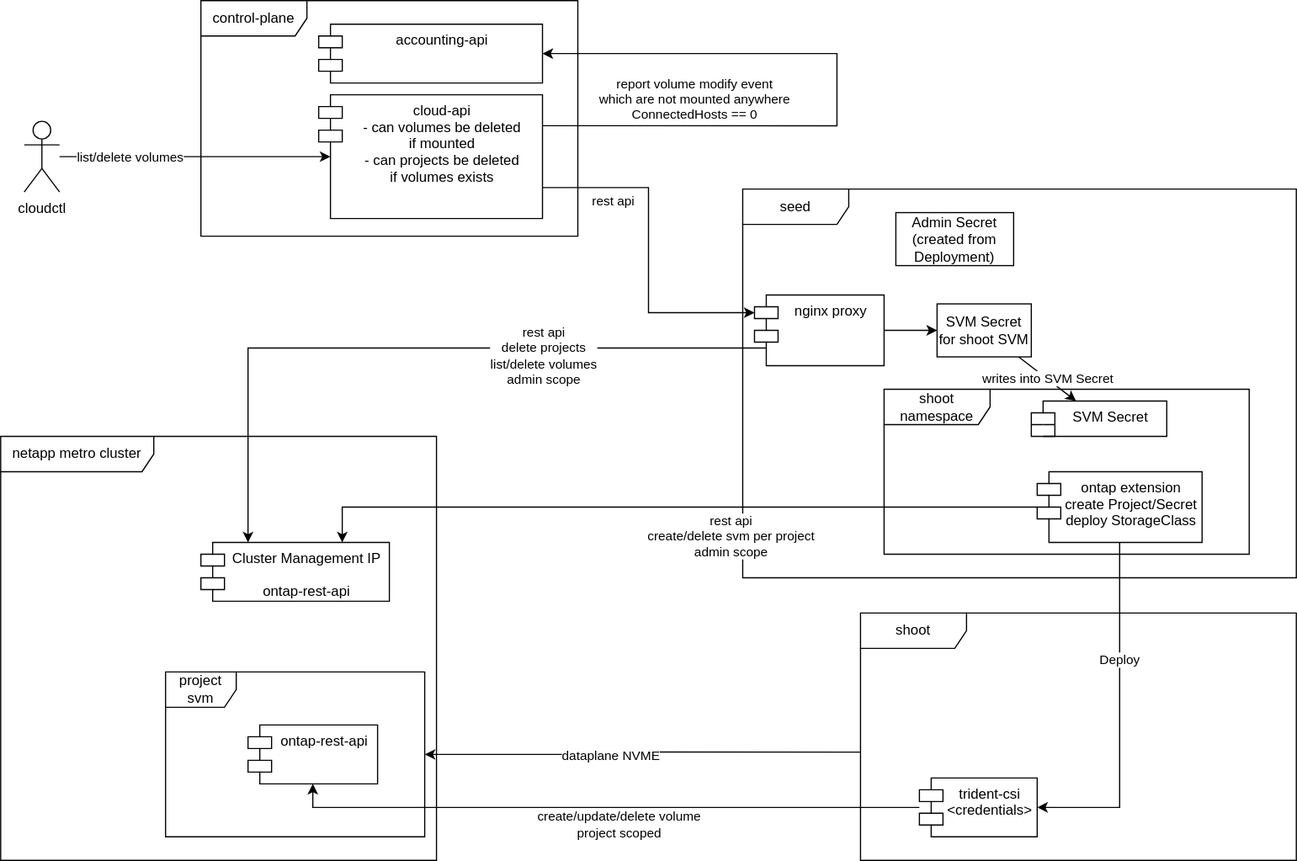
Before: architecture.drawio.svg, a diagram exported from draw.io (metal-stack/gardener-extension-ontap). Source tidied: cells renumbered, new cells last; positions are measured from the earlier drawing's top-left corner, leaving out a move shared by most shapes.
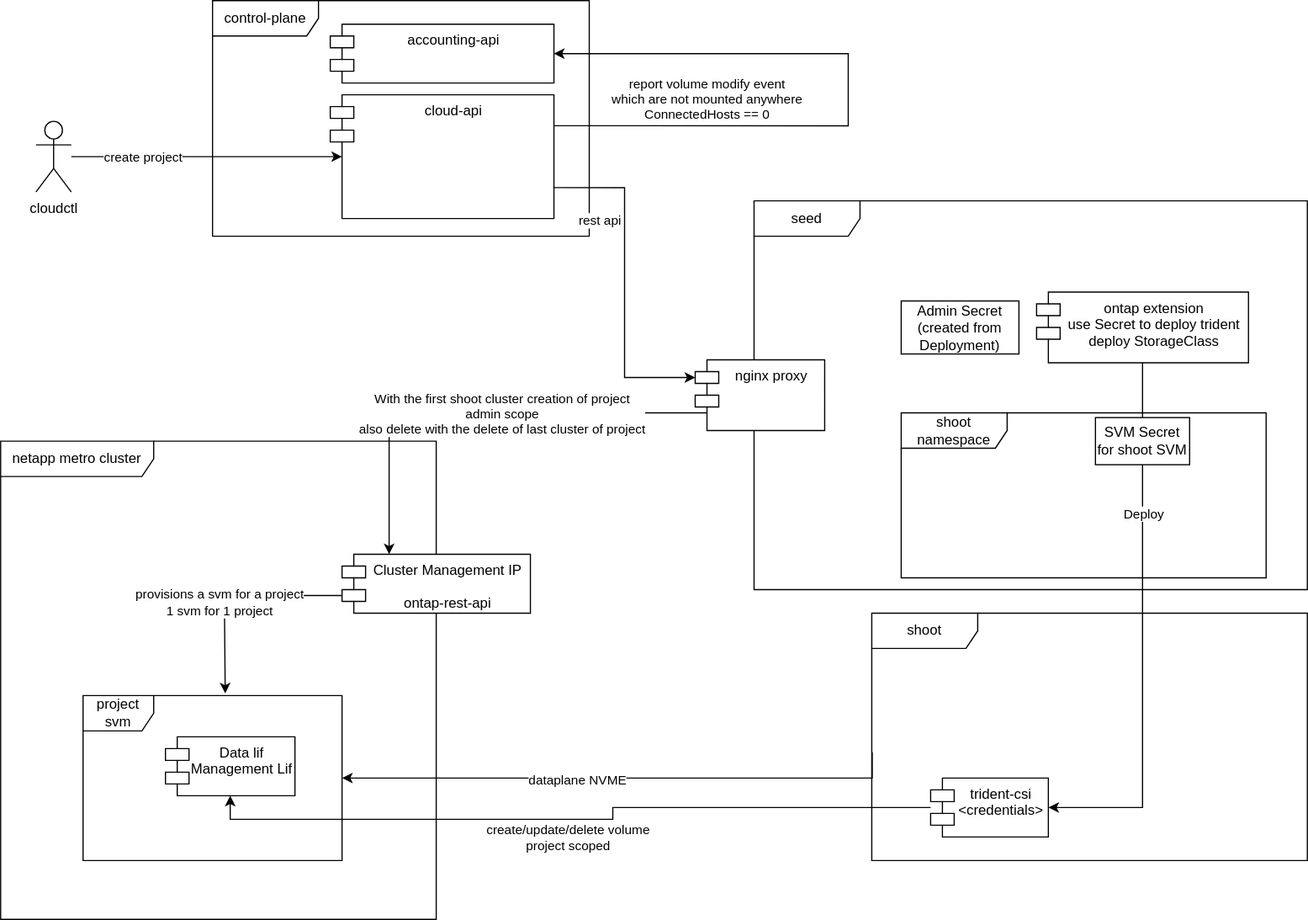
The same file after the commit.

Commit message:
working svm creation, create user and secret still in dev mode

What changed in the source:
```diff
@@ -3,10 +3,10 @@
     <mxCell id="0" />
     <mxCell id="1" parent="0" />
     <mxCell id="2" value="seed" style="shape=umlFrame;whiteSpace=wrap;html=1;width=90;height=30;" parent="1" vertex="1">
-      <mxGeometry x="630" y="160" width="470" height="330" as="geometry" />
+      <mxGeometry x="630" y="170" width="470" height="330" as="geometry" />
     </mxCell>
     <mxCell id="3" value="shoot namespace" style="shape=umlFrame;whiteSpace=wrap;html=1;width=90;height=30;" parent="1" vertex="1">
-      <mxGeometry x="750" y="330" width="310" height="140" as="geometry" />
+      <mxGeometry x="755" y="350" width="310" height="140" as="geometry" />
     </mxCell>
     <mxCell id="4" value="control-plane" style="shape=umlFrame;whiteSpace=wrap;html=1;width=90;height=30;" parent="1" vertex="1">
       <mxGeometry x="170" width="320" height="200" as="geometry" />
@@ -19,7 +19,7 @@
         <mxPoint x="-20" y="9.2" as="offset" />
       </mxGeometry>
     </mxCell>
-    <mxCell id="7" value="cloud-api&#10;- can volumes be deleted &#10;if mounted&#10;- can projects be deleted &#10;if volumes exists" style="shape=module;align=left;spacingLeft=20;align=center;verticalAlign=top;" parent="1" vertex="1">
+    <mxCell id="7" value="cloud-api&#10;" style="shape=module;align=left;spacingLeft=20;align=center;verticalAlign=top;" parent="1" vertex="1">
       <mxGeometry x="270" y="80" width="190" height="105" as="geometry" />
     </mxCell>
     <mxCell id="8" value="accounting-api" style="shape=module;align=left;spacingLeft=20;align=center;verticalAlign=top;" parent="1" vertex="1">
@@ -28,7 +28,7 @@
     <mxCell id="9" style="edgeStyle=orthogonalEdgeStyle;rounded=0;jettySize=auto;html=1;entryX=0;entryY=0.5;entryDx=10;entryDy=0;entryPerimeter=0;" parent="1" edge="1" source="11" target="7">
       <mxGeometry relative="1" as="geometry" />
     </mxCell>
-    <mxCell id="10" value="list/delete volumes" style="edgeLabel;html=1;align=center;verticalAlign=middle;" parent="9" vertex="1">
+    <mxCell id="10" value="create project" style="edgeLabel;html=1;align=center;verticalAlign=middle;" parent="9" vertex="1">
       <mxGeometry x="-0.6" y="1" relative="1" as="geometry">
         <mxPoint x="14" y="1" as="offset" />
       </mxGeometry>
@@ -37,16 +37,8 @@
       <mxGeometry x="20" y="102.5" width="30" height="60" as="geometry" />
     </mxCell>
     <mxCell id="12" value="netapp metro cluster" style="shape=umlFrame;whiteSpace=wrap;html=1;width=130;height=30;" parent="1" vertex="1">
-      <mxGeometry y="370" width="370" height="360" as="geometry" />
+      <mxGeometry x="-10" y="374" width="370" height="406" as="geometry" />
     </mxCell>
-    <mxCell id="13" style="edgeStyle=orthogonalEdgeStyle;rounded=0;jettySize=auto;html=1;entryX=0.75;entryY=0;entryDx=0;entryDy=0;" parent="1" edge="1" source="17" target="30">
-      <mxGeometry relative="1" as="geometry" />
-    </mxCell>
-    <mxCell id="14" value="rest api&lt;br&gt;create/delete svm per project&amp;nbsp;&lt;br&gt;admin scope" style="edgeLabel;html=1;align=center;verticalAlign=middle;" parent="13" vertex="1">
-      <mxGeometry x="-0.23" y="3" relative="1" as="geometry">
-        <mxPoint x="-23" y="22" as="offset" />
-      </mxGeometry>
-    </mxCell>
     <mxCell id="15" style="edgeStyle=orthogonalEdgeStyle;rounded=0;jettySize=auto;html=1;entryX=1;entryY=0.5;entryDx=0;entryDy=0;" parent="1" edge="1" source="17" target="23">
       <mxGeometry relative="1" as="geometry" />
     </mxCell>
@@ -55,11 +47,15 @@
         <mxPoint x="1" y="49" as="offset" />
       </mxGeometry>
     </mxCell>
-    <mxCell id="17" value="ontap extension&#10;create Project/Secret&#10;deploy StorageClass" style="shape=module;align=left;spacingLeft=20;align=center;verticalAlign=top;" parent="1" vertex="1">
-      <mxGeometry x="880" y="400" width="140" height="60" as="geometry" />
+    <mxCell id="17" value="ontap extension&#10;use Secret to deploy trident&#10;deploy StorageClass" style="shape=module;align=left;spacingLeft=20;align=center;verticalAlign=top;" parent="1" vertex="1">
+      <mxGeometry x="870" y="247.5" width="180" height="60" as="geometry" />
     </mxCell>
     <mxCell id="18" style="edgeStyle=orthogonalEdgeStyle;rounded=0;jettySize=auto;html=1;exitX=0.001;exitY=0.562;exitDx=0;exitDy=0;exitPerimeter=0;" parent="1" edge="1" source="20" target="31">
-      <mxGeometry relative="1" as="geometry" />
+      <mxGeometry relative="1" as="geometry">
+        <Array as="points">
+          <mxPoint x="730" y="660" />
+        </Array>
+      </mxGeometry>
     </mxCell>
     <mxCell id="19" value="dataplane NVME" style="edgeLabel;html=1;align=center;verticalAlign=middle;" parent="18" vertex="1">
       <mxGeometry x="0.15" y="1" relative="1" as="geometry" />
@@ -81,6 +77,9 @@
     <mxCell id="24" style="edgeStyle=orthogonalEdgeStyle;rounded=0;jettySize=auto;html=1;exitX=0;exitY=0.75;exitDx=10;exitDy=0;exitPerimeter=0;entryX=0.25;entryY=0;entryDx=0;entryDy=0;" parent="1" edge="1" source="28" target="30">
       <mxGeometry relative="1" as="geometry" />
     </mxCell>
+    <mxCell id="37" value="With the first shoot cluster creation of project&lt;br&gt;admin scope&lt;br&gt;also delete with the delete of last cluster of project" style="edgeLabel;html=1;align=center;verticalAlign=middle;" parent="24" vertex="1">
+      <mxGeometry x="-0.1" relative="1" as="geometry" />
+    </mxCell>
     <mxCell id="25" style="edgeStyle=orthogonalEdgeStyle;rounded=0;jettySize=auto;html=1;entryX=1;entryY=0.5;entryDx=0;entryDy=0;exitX=1;exitY=0.25;exitDx=0;exitDy=0;" parent="1" edge="1" source="7" target="8">
       <mxGeometry relative="1" as="geometry">
         <Array as="points">
@@ -94,37 +93,35 @@
         <mxPoint x="-36" y="61.5" as="offset" />
       </mxGeometry>
     </mxCell>
-    <mxCell id="27" style="edgeStyle=none;html=1;entryX=0;entryY=0.5;entryDx=0;entryDy=0;" parent="1" edge="1" source="28" target="35">
-      <mxGeometry relative="1" as="geometry" />
-    </mxCell>
     <mxCell id="28" value="nginx proxy&#10;" style="shape=module;align=left;spacingLeft=20;align=center;verticalAlign=top;" parent="1" vertex="1">
-      <mxGeometry x="640" y="250" width="110" height="60" as="geometry" />
+      <mxGeometry x="580" y="305" width="110" height="60" as="geometry" />
     </mxCell>
-    <mxCell id="29" value="rest api&lt;br&gt;delete projects&lt;br&gt;list/delete volumes&lt;br&gt;admin scope" style="edgeLabel;html=1;align=center;verticalAlign=middle;rotation=0;" parent="1" vertex="1">
-      <mxGeometry x="450" y="300" as="geometry">
-        <mxPoint x="11" y="2" as="offset" />
-      </mxGeometry>
-    </mxCell>
     <mxCell id="30" value="Cluster Management IP&#10;&#10;ontap-rest-api" style="shape=module;align=left;spacingLeft=20;align=center;verticalAlign=top;" parent="1" vertex="1">
-      <mxGeometry x="170" y="460" width="160" height="50" as="geometry" />
+      <mxGeometry x="280" y="470" width="160" height="50" as="geometry" />
     </mxCell>
     <mxCell id="31" value="project&lt;br&gt;svm" style="shape=umlFrame;whiteSpace=wrap;html=1;" parent="1" vertex="1">
-      <mxGeometry x="140" y="570" width="220" height="140" as="geometry" />
+      <mxGeometry x="60" y="590" width="220" height="140" as="geometry" />
     </mxCell>
-    <mxCell id="32" value="ontap-rest-api" style="shape=module;align=left;spacingLeft=20;align=center;verticalAlign=top;" parent="1" vertex="1">
-      <mxGeometry x="210" y="615" width="110" height="50" as="geometry" />
+    <mxCell id="32" value="Data lif&#10;Management Lif" style="shape=module;align=left;spacingLeft=20;align=center;verticalAlign=top;" parent="1" vertex="1">
+      <mxGeometry x="130" y="625" width="110" height="50" as="geometry" />
     </mxCell>
-    <mxCell id="33" value="SVM Secret" style="shape=module;align=left;spacingLeft=20;align=center;verticalAlign=top;" parent="1" vertex="1">
-      <mxGeometry x="875" y="340" width="115" height="30" as="geometry" />
-    </mxCell>
-    <mxCell id="34" value="writes into SVM Secret" style="edgeStyle=none;html=1;" parent="1" edge="1" source="35" target="33">
-      <mxGeometry relative="1" as="geometry" />
-    </mxCell>
-    <mxCell id="35" value="SVM Secret&lt;br&gt;for shoot SVM" style="rounded=0;whiteSpace=wrap;html=1;" parent="1" vertex="1">
-      <mxGeometry x="795" y="257.5" width="80" height="45" as="geometry" />
+    <mxCell id="35" value="SVM Secret&lt;br&gt;for shoot SVM&lt;br&gt;" style="rounded=0;whiteSpace=wrap;html=1;" parent="1" vertex="1">
+      <mxGeometry x="920" y="354" width="80" height="40" as="geometry" />
     </mxCell>
     <mxCell id="36" value="Admin Secret (created from Deployment)" style="rounded=0;whiteSpace=wrap;html=1;" parent="1" vertex="1">
-      <mxGeometry x="760" y="180" width="100" height="45" as="geometry" />
+      <mxGeometry x="755" y="255" width="100" height="45" as="geometry" />
     </mxCell>
+    <mxCell id="38" style="endArrow=classic;html=1;exitX=0;exitY=0;exitDx=0;exitDy=35;exitPerimeter=0;entryX=0.549;entryY=-0.013;entryDx=0;entryDy=0;entryPerimeter=0;rounded=0;" parent="1" edge="1" source="30" target="31">
+      <mxGeometry relative="1" as="geometry">
+        <Array as="points">
+          <mxPoint x="180" y="505" />
+        </Array>
+      </mxGeometry>
+    </mxCell>
+    <mxCell id="39" value="provisions a svm for a project&lt;br&gt;1 svm for 1 project" style="edgeLabel;html=1;align=center;verticalAlign=middle;" parent="38" vertex="1">
+      <mxGeometry x="-0.15" relative="1" as="geometry">
+        <mxPoint x="-27" y="5" as="offset" />
+      </mxGeometry>
+    </mxCell>
   </root>
 </mxGraphModel>
```
